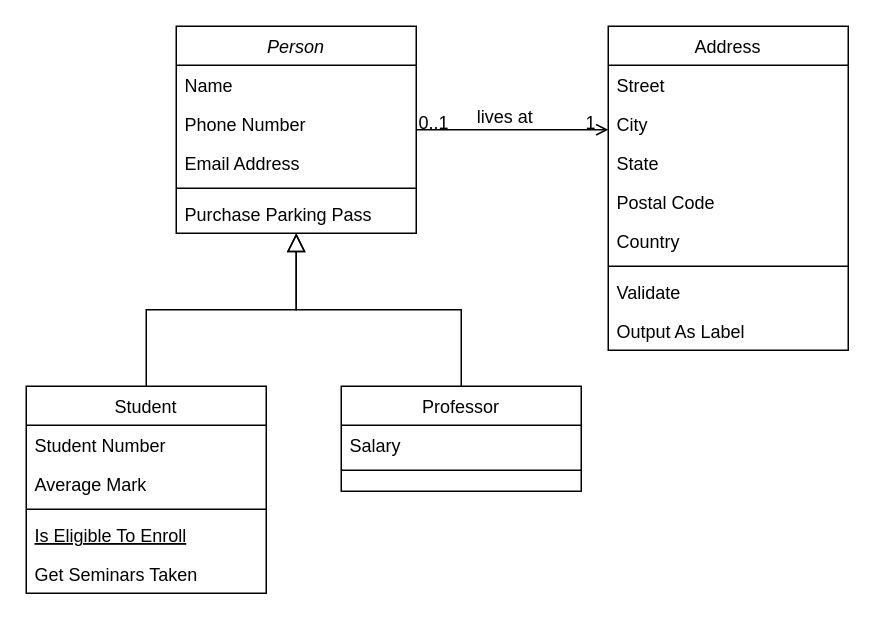
Earlier version of the draw.io diagram Untitled Diagram.drawio (amirabdullahi1/gold). Source tidied: cells renumbered, new cells numbered last; positions are measured from the earlier drawing's top-left corner, leaving out a move shared by most shapes. Both pictures are drawn from the tidied source at 150%, with x=0, y=0 at pixel (26, 26).
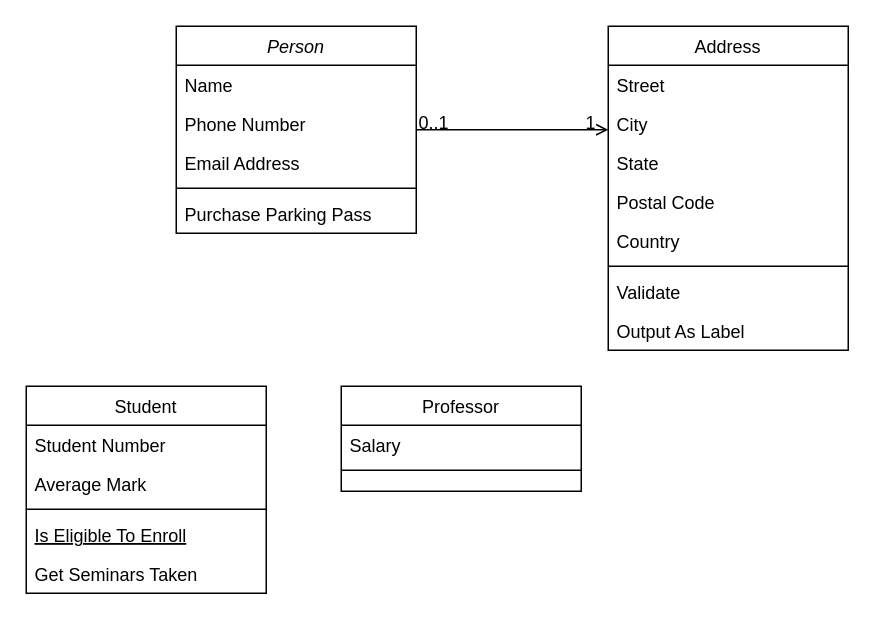
Above is the later version.

Unchanged cells that the change refers to:
```xml
<mxCell id="2" value="Person" style="swimlane;fontStyle=2;align=center;verticalAlign=top;horizontal=1;startSize=26;rounded=0;shadow=0;strokeWidth=1;" parent="1" vertex="1">
  <mxGeometry x="100" width="160" height="138" as="geometry" />
</mxCell>
<mxCell id="8" value="Student" style="swimlane;fontStyle=0;align=center;verticalAlign=top;horizontal=1;startSize=26;rounded=0;shadow=0;strokeWidth=1;" parent="1" vertex="1">
  <mxGeometry y="240" width="160" height="138" as="geometry" />
</mxCell>
<mxCell id="15" value="Professor" style="swimlane;fontStyle=0;align=center;verticalAlign=top;horizontal=1;startSize=26;rounded=0;shadow=0;strokeWidth=1;" parent="1" vertex="1">
  <mxGeometry x="210" y="240" width="160" height="70" as="geometry" />
</mxCell>
<mxCell id="28" style="endArrow=open;shadow=0;strokeWidth=1;rounded=0;curved=0;endFill=1;edgeStyle=elbowEdgeStyle;elbow=vertical;" parent="1" edge="1" source="2" target="19">
  <mxGeometry x="0.5" y="41" relative="1" as="geometry">
    <mxPoint x="-40" y="32" as="offset" />
  </mxGeometry>
</mxCell>
```

What changed in the source:
```diff
@@
-    <mxCell id="14" style="endArrow=block;endSize=10;endFill=0;shadow=0;strokeWidth=1;rounded=0;curved=0;edgeStyle=elbowEdgeStyle;elbow=vertical;" parent="1" edge="1" source="8" target="2">
-      <mxGeometry relative="1" as="geometry" />
-    </mxCell>
@@
-    <mxCell id="18" style="endArrow=block;endSize=10;endFill=0;shadow=0;strokeWidth=1;rounded=0;curved=0;edgeStyle=elbowEdgeStyle;elbow=vertical;" parent="1" edge="1" source="15" target="2">
-      <mxGeometry relative="1" as="geometry" />
-    </mxCell>
@@
-    <mxCell id="31" value="lives at" style="text;html=1;align=center;verticalAlign=middle;labelBackgroundColor=none;rounded=0;shadow=0;strokeWidth=1;fontSize=12;" parent="28" vertex="1">
-      <mxGeometry x="0.5" y="49" relative="1" as="geometry">
-        <mxPoint x="-38" y="40" as="offset" />
-      </mxGeometry>
-    </mxCell>
```
